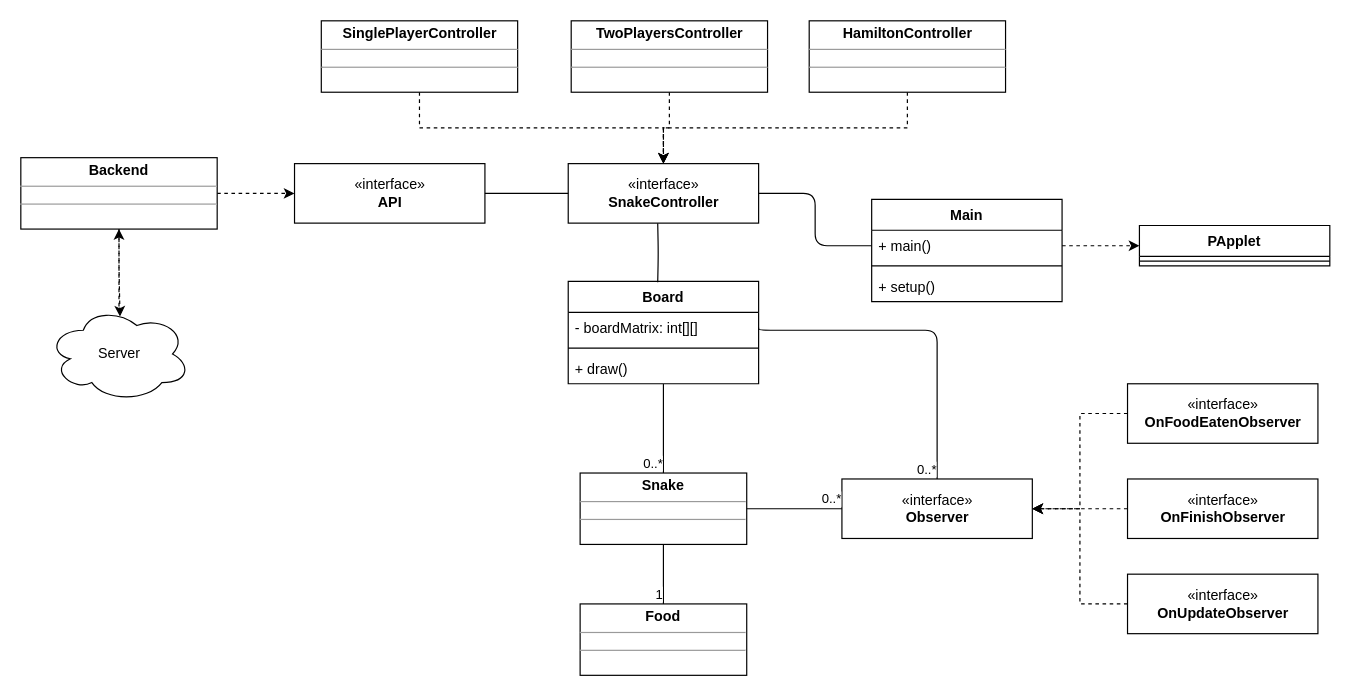
The draw.io diagram diagrams/diagram.drawio in valentin-stamate/snake-java, before the edit. Source tidied: cells renumbered, new cells numbered last; positions are measured from the earlier drawing's top-left corner, leaving out a move shared by most shapes. Both pictures are drawn from the tidied source at 119%, with x=0, y=0 at pixel (20, 20).
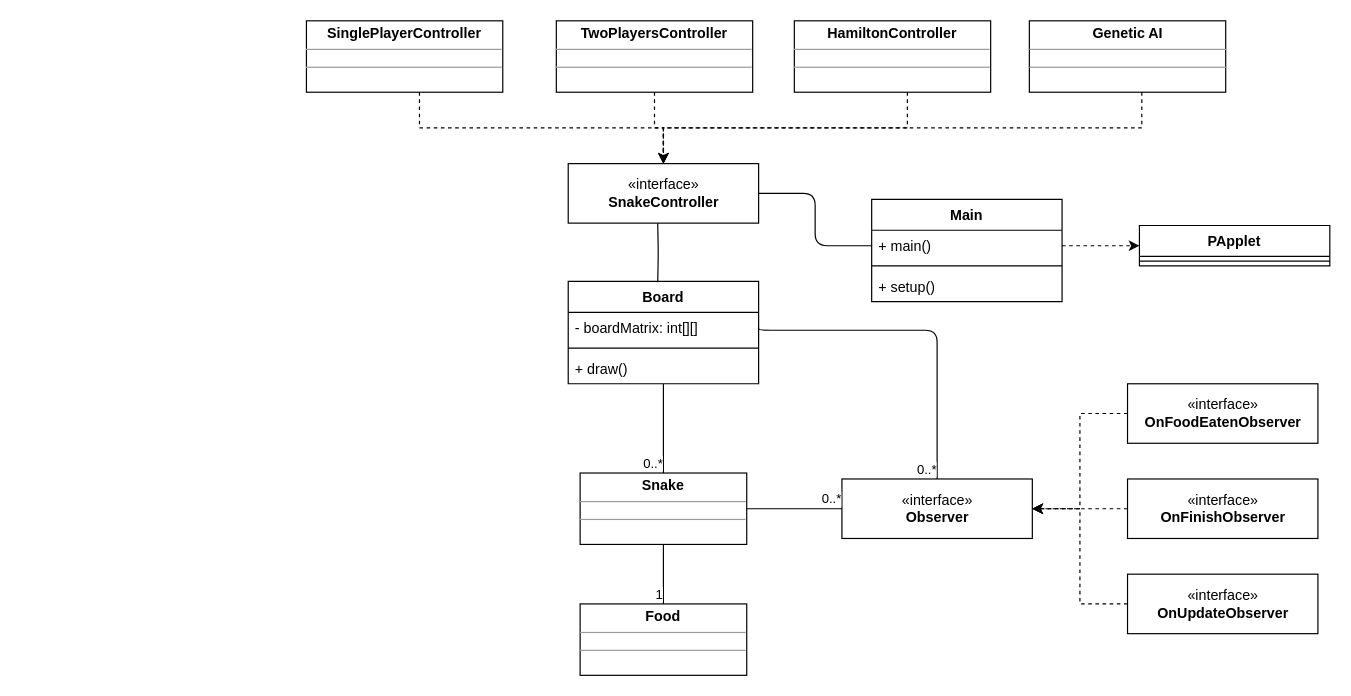
The same diagram, later.

The change refers to these unchanged cells:
```xml
<mxCell id="22" value="«interface»&lt;br&gt;&lt;b&gt;SnakeController&lt;/b&gt;" style="html=1;" parent="1" vertex="1">
  <mxGeometry x="460" y="120" width="160" height="50" as="geometry" />
</mxCell>
```

The edit, as a diff of the source:
```diff
@@
     <mxCell id="24" value="&lt;p style=&quot;margin: 0px ; margin-top: 4px ; text-align: center&quot;&gt;&lt;b&gt;SinglePlayerController&lt;/b&gt;&lt;/p&gt;&lt;hr size=&quot;1&quot;&gt;&lt;div style=&quot;height: 2px&quot;&gt;&lt;/div&gt;&lt;hr size=&quot;1&quot;&gt;&lt;div style=&quot;height: 2px&quot;&gt;&lt;/div&gt;" style="verticalAlign=top;align=left;overflow=fill;fontSize=12;fontFamily=Helvetica;html=1;" parent="1" vertex="1">
-      <mxGeometry x="252.5" width="165" height="60" as="geometry" />
+      <mxGeometry x="240" width="165" height="60" as="geometry" />
     </mxCell>
@@
     <mxCell id="26" value="&lt;p style=&quot;margin: 0px ; margin-top: 4px ; text-align: center&quot;&gt;&lt;b&gt;TwoPlayersController&lt;/b&gt;&lt;/p&gt;&lt;hr size=&quot;1&quot;&gt;&lt;div style=&quot;height: 2px&quot;&gt;&lt;/div&gt;&lt;hr size=&quot;1&quot;&gt;&lt;div style=&quot;height: 2px&quot;&gt;&lt;/div&gt;" style="verticalAlign=top;align=left;overflow=fill;fontSize=12;fontFamily=Helvetica;html=1;" parent="1" vertex="1">
-      <mxGeometry x="462.5" width="165" height="60" as="geometry" />
+      <mxGeometry x="450" width="165" height="60" as="geometry" />
     </mxCell>
@@
     <mxCell id="28" value="&lt;p style=&quot;margin: 0px ; margin-top: 4px ; text-align: center&quot;&gt;&lt;b&gt;HamiltonController&lt;/b&gt;&lt;/p&gt;&lt;hr size=&quot;1&quot;&gt;&lt;div style=&quot;height: 2px&quot;&gt;&lt;/div&gt;&lt;hr size=&quot;1&quot;&gt;&lt;div style=&quot;height: 2px&quot;&gt;&lt;/div&gt;" style="verticalAlign=top;align=left;overflow=fill;fontSize=12;fontFamily=Helvetica;html=1;" parent="1" vertex="1">
-      <mxGeometry x="662.5" width="165" height="60" as="geometry" />
+      <mxGeometry x="650" width="165" height="60" as="geometry" />
     </mxCell>
@@
-    <mxCell id="39" value="«interface»&lt;br&gt;&lt;b&gt;API&lt;/b&gt;" style="html=1;" parent="1" vertex="1">
-      <mxGeometry x="230" y="120" width="160" height="50" as="geometry" />
-    </mxCell>
-    <mxCell id="40" style="endArrow=none;html=1;edgeStyle=orthogonalEdgeStyle;exitX=1;exitY=0.5;exitDx=0;exitDy=0;" parent="1" edge="1" source="39">
-      <mxGeometry relative="1" as="geometry">
-        <mxPoint x="460" y="145" as="targetPoint" />
-      </mxGeometry>
-    </mxCell>
-    <mxCell id="41" style="edgeStyle=orthogonalEdgeStyle;rounded=0;jettySize=auto;html=1;entryX=0;entryY=0.5;entryDx=0;entryDy=0;dashed=1;" parent="1" edge="1" source="43" target="39">
-      <mxGeometry relative="1" as="geometry" />
-    </mxCell>
-    <mxCell id="42" style="edgeStyle=orthogonalEdgeStyle;rounded=0;jettySize=auto;html=1;entryX=0.507;entryY=0.106;entryDx=0;entryDy=0;entryPerimeter=0;dashed=1;" parent="1" edge="1" source="43" target="45">
-      <mxGeometry relative="1" as="geometry" />
-    </mxCell>
-    <mxCell id="43" value="&lt;p style=&quot;margin: 0px ; margin-top: 4px ; text-align: center&quot;&gt;&lt;b&gt;Backend&lt;/b&gt;&lt;/p&gt;&lt;hr size=&quot;1&quot;&gt;&lt;div style=&quot;height: 2px&quot;&gt;&lt;/div&gt;&lt;hr size=&quot;1&quot;&gt;&lt;div style=&quot;height: 2px&quot;&gt;&lt;/div&gt;" style="verticalAlign=top;align=left;overflow=fill;fontSize=12;fontFamily=Helvetica;html=1;" parent="1" vertex="1">
-      <mxGeometry y="115" width="165" height="60" as="geometry" />
-    </mxCell>
-    <mxCell id="44" style="edgeStyle=orthogonalEdgeStyle;rounded=0;jettySize=auto;html=1;entryX=0.5;entryY=1;entryDx=0;entryDy=0;dashed=1;" parent="1" edge="1" source="45" target="43">
-      <mxGeometry relative="1" as="geometry" />
-    </mxCell>
-    <mxCell id="45" value="Server" style="ellipse;shape=cloud;whiteSpace=wrap;html=1;" parent="1" vertex="1">
-      <mxGeometry x="22.5" y="240" width="120" height="80" as="geometry" />
-    </mxCell>
+    <mxCell id="46" style="edgeStyle=orthogonalEdgeStyle;rounded=0;jettySize=auto;html=1;entryX=0.5;entryY=0;entryDx=0;entryDy=0;dashed=1;" parent="1" edge="1" source="47" target="22">
+      <mxGeometry relative="1" as="geometry">
+        <Array as="points">
+          <mxPoint x="942" y="90" />
+          <mxPoint x="540" y="90" />
+        </Array>
+      </mxGeometry>
+    </mxCell>
+    <mxCell id="47" value="&lt;p style=&quot;margin: 0px ; margin-top: 4px ; text-align: center&quot;&gt;&lt;b&gt;Genetic AI&lt;/b&gt;&lt;/p&gt;&lt;hr size=&quot;1&quot;&gt;&lt;div style=&quot;height: 2px&quot;&gt;&lt;/div&gt;&lt;hr size=&quot;1&quot;&gt;&lt;div style=&quot;height: 2px&quot;&gt;&lt;/div&gt;" style="verticalAlign=top;align=left;overflow=fill;fontSize=12;fontFamily=Helvetica;html=1;" parent="1" vertex="1">
+      <mxGeometry x="847.5" width="165" height="60" as="geometry" />
+    </mxCell>
```
